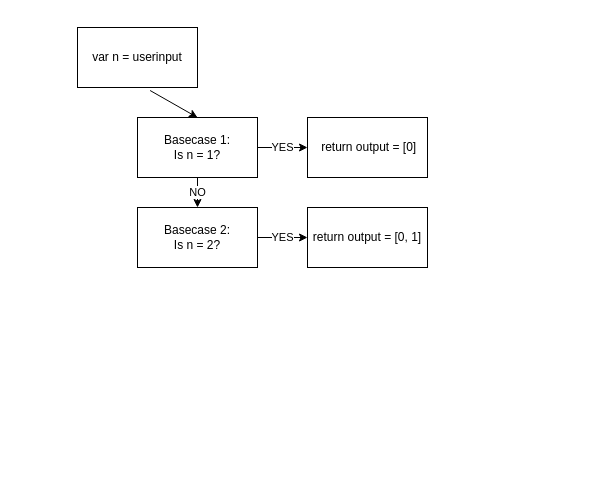
Above: Fibonacci Diagram.drawio in Mandisa89/General-Playground (draw.io), before the change. Source tidied: cells renumbered, new cells numbered last; positions are measured from the earlier drawing's top-left corner, leaving out a move shared by most shapes. Both pictures are drawn from the tidied source at 100%, with x=0, y=0 at pixel (77, 27).
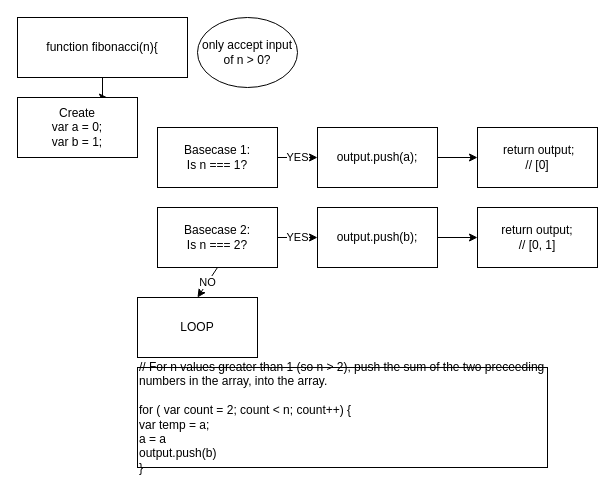
The same page after the edit.

Diff of the diagram source:
```diff
@@
 <mxGraphModel>
   <root>
     <mxCell id="0" />
     <mxCell id="1" parent="0" />
+    <mxCell id="11" style="edgeStyle=orthogonalEdgeStyle;rounded=0;jettySize=auto;html=1;entryX=0.75;entryY=0;entryDx=0;entryDy=0;" parent="1" edge="1" source="2" target="14">
+      <mxGeometry relative="1" as="geometry" />
+    </mxCell>
-    <mxCell id="2" value="var n = userinput" style="rounded=0;whiteSpace=wrap;html=1;" parent="1" vertex="1">
-      <mxGeometry width="120" height="60" as="geometry" />
+    <mxCell id="2" value="function fibonacci(n){" style="rounded=0;whiteSpace=wrap;html=1;" parent="1" vertex="1">
+      <mxGeometry x="-60" y="-10" width="170" height="60" as="geometry" />
     </mxCell>
+    <mxCell id="6" value="YES" style="edgeStyle=orthogonalEdgeStyle;rounded=0;jettySize=auto;html=1;exitX=1;exitY=0.5;exitDx=0;exitDy=0;entryX=0;entryY=0.5;entryDx=0;entryDy=0;" parent="1" edge="1" source="3" target="18">
+      <mxGeometry relative="1" as="geometry" />
+    </mxCell>
-    <mxCell id="3" value="Basecase 1:&lt;br&gt;Is n = 1?" style="rounded=0;whiteSpace=wrap;html=1;" parent="1" vertex="1">
-      <mxGeometry x="60" y="90" width="120" height="60" as="geometry" />
+    <mxCell id="3" value="Basecase 1:&lt;br&gt;Is n === 1?" style="rounded=0;whiteSpace=wrap;html=1;" parent="1" vertex="1">
+      <mxGeometry x="80" y="100" width="120" height="60" as="geometry" />
     </mxCell>
-    <mxCell id="4" value="&amp;nbsp;return output = [0]" style="rounded=0;whiteSpace=wrap;html=1;" parent="1" vertex="1">
-      <mxGeometry x="230" y="90" width="120" height="60" as="geometry" />
+    <mxCell id="4" value="&amp;nbsp;return output;&lt;br&gt;// [0]" style="rounded=0;whiteSpace=wrap;html=1;" parent="1" vertex="1">
+      <mxGeometry x="400" y="100" width="120" height="60" as="geometry" />
     </mxCell>
-    <mxCell id="5" value="Basecase 2:&lt;br&gt;Is n = 2?" style="rounded=0;whiteSpace=wrap;html=1;" parent="1" vertex="1">
-      <mxGeometry x="60" y="180" width="120" height="60" as="geometry" />
+    <mxCell id="5" value="Basecase 2:&lt;br&gt;Is n === 2?" style="rounded=0;whiteSpace=wrap;html=1;" parent="1" vertex="1">
+      <mxGeometry x="80" y="180" width="120" height="60" as="geometry" />
     </mxCell>
-    <mxCell id="6" value="YES" style="endArrow=classic;html=1;exitX=1;exitY=0.5;exitDx=0;exitDy=0;entryX=0;entryY=0.5;entryDx=0;entryDy=0;" parent="1" edge="1" source="3" target="4">
-      <mxGeometry relative="1" as="geometry" />
-    </mxCell>
-    <mxCell id="7" value="NO" style="endArrow=classic;html=1;entryX=0.5;entryY=0;entryDx=0;entryDy=0;exitX=0.5;exitY=1;exitDx=0;exitDy=0;" parent="1" edge="1" source="3" target="5">
-      <mxGeometry relative="1" as="geometry" />
-    </mxCell>
-    <mxCell id="8" style="endArrow=classic;html=1;exitX=0.605;exitY=1.05;exitDx=0;exitDy=0;exitPerimeter=0;entryX=0.5;entryY=0;entryDx=0;entryDy=0;" parent="1" edge="1" source="2" target="3">
-      <mxGeometry relative="1" as="geometry" />
-    </mxCell>
-    <mxCell id="9" value="return output = [0, 1]" style="rounded=0;whiteSpace=wrap;html=1;" parent="1" vertex="1">
-      <mxGeometry x="230" y="180" width="120" height="60" as="geometry" />
+    <mxCell id="9" value="return output;&lt;br&gt;// [0, 1]" style="rounded=0;whiteSpace=wrap;html=1;" parent="1" vertex="1">
+      <mxGeometry x="400" y="180" width="120" height="60" as="geometry" />
     </mxCell>
-    <mxCell id="10" value="YES" style="endArrow=classic;html=1;exitX=1;exitY=0.5;exitDx=0;exitDy=0;entryX=0;entryY=0.5;entryDx=0;entryDy=0;" parent="1" edge="1" source="5" target="9">
-      <mxGeometry relative="1" as="geometry" />
+    <mxCell id="10" value="YES" style="endArrow=classic;html=1;exitX=1;exitY=0.5;exitDx=0;exitDy=0;" parent="1" edge="1" source="5">
+      <mxGeometry relative="1" as="geometry">
+        <mxPoint x="240" y="210" as="targetPoint" />
+      </mxGeometry>
     </mxCell>
+    <mxCell id="12" value="LOOP" style="rounded=0;whiteSpace=wrap;html=1;" parent="1" vertex="1">
+      <mxGeometry x="60" y="270" width="120" height="60" as="geometry" />
+    </mxCell>
+    <mxCell id="7" value="NO" style="endArrow=classic;html=1;exitX=0.5;exitY=1;exitDx=0;exitDy=0;entryX=0.5;entryY=0;entryDx=0;entryDy=0;" parent="1" edge="1" source="5" target="12">
+      <mxGeometry relative="1" as="geometry" />
+    </mxCell>
+    <mxCell id="13" value="only accept input of n &amp;gt; 0?" style="ellipse;whiteSpace=wrap;html=1;" parent="1" vertex="1">
+      <mxGeometry x="120" y="-10" width="100" height="70" as="geometry" />
+    </mxCell>
+    <mxCell id="14" value="Create &lt;br&gt;var a = 0;&lt;br&gt;var b = 1;" style="rounded=0;whiteSpace=wrap;html=1;" parent="1" vertex="1">
+      <mxGeometry x="-60" y="70" width="120" height="60" as="geometry" />
+    </mxCell>
+    <mxCell id="15" style="edgeStyle=orthogonalEdgeStyle;rounded=0;jettySize=auto;html=1;exitX=1;exitY=0.5;exitDx=0;exitDy=0;entryX=0;entryY=0.5;entryDx=0;entryDy=0;" parent="1" edge="1" source="16" target="9">
+      <mxGeometry relative="1" as="geometry" />
+    </mxCell>
+    <mxCell id="16" value="output.push(b);" style="rounded=0;whiteSpace=wrap;html=1;" parent="1" vertex="1">
+      <mxGeometry x="240" y="180" width="120" height="60" as="geometry" />
+    </mxCell>
+    <mxCell id="17" style="edgeStyle=orthogonalEdgeStyle;rounded=0;jettySize=auto;html=1;exitX=1;exitY=0.5;exitDx=0;exitDy=0;entryX=0;entryY=0.5;entryDx=0;entryDy=0;" parent="1" edge="1" source="18" target="4">
+      <mxGeometry relative="1" as="geometry" />
+    </mxCell>
+    <mxCell id="18" value="output.push(a);" style="rounded=0;whiteSpace=wrap;html=1;" parent="1" vertex="1">
+      <mxGeometry x="240" y="100" width="120" height="60" as="geometry" />
+    </mxCell>
+    <mxCell id="19" value="// For n values greater than 1 (so n &amp;gt; 2), push the sum of the two preceeding numbers in the array, into the array.&lt;br&gt;&lt;br&gt;for ( var count = 2; count &amp;lt; n; count++) {&lt;br&gt;var temp = a;&lt;br&gt;a = a&amp;nbsp;&lt;br&gt;output.push(b)&lt;br&gt;}" style="rounded=0;whiteSpace=wrap;html=1;align=left;" parent="1" vertex="1">
+      <mxGeometry x="60" y="340" width="410" height="100" as="geometry" />
+    </mxCell>
   </root>
 </mxGraphModel>
```
